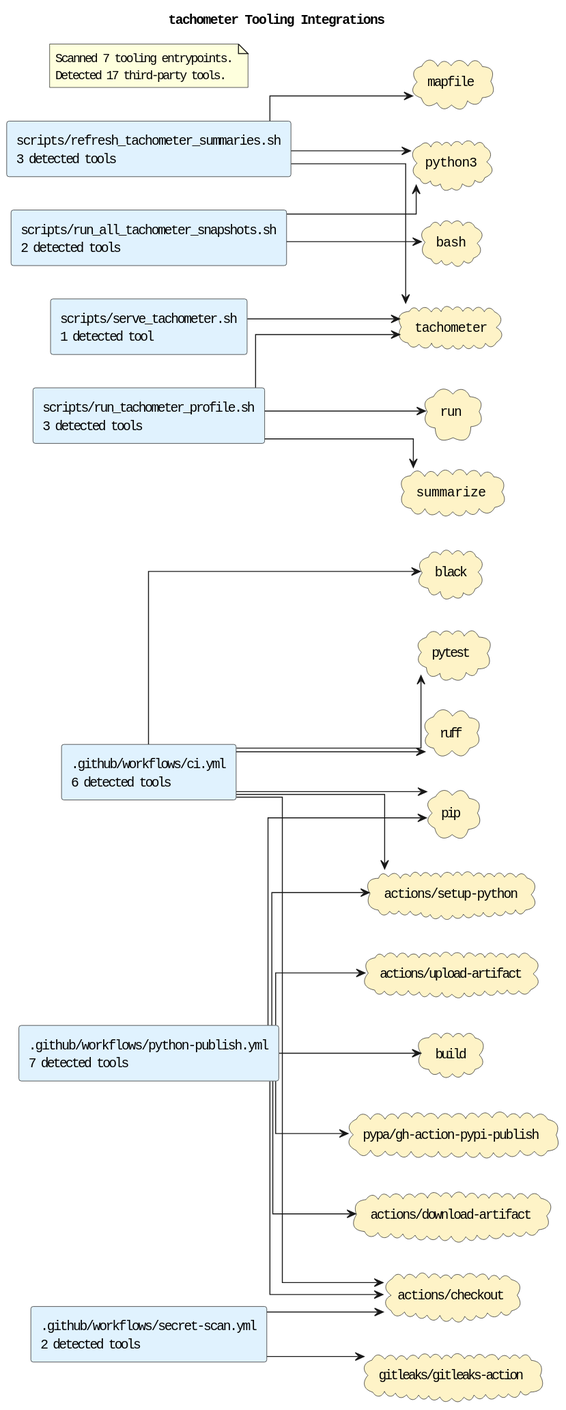
Before: docs/diagrams/tooling-integrations.puml.svg, a diagram exported from PlantUML (casonk/tachometer).
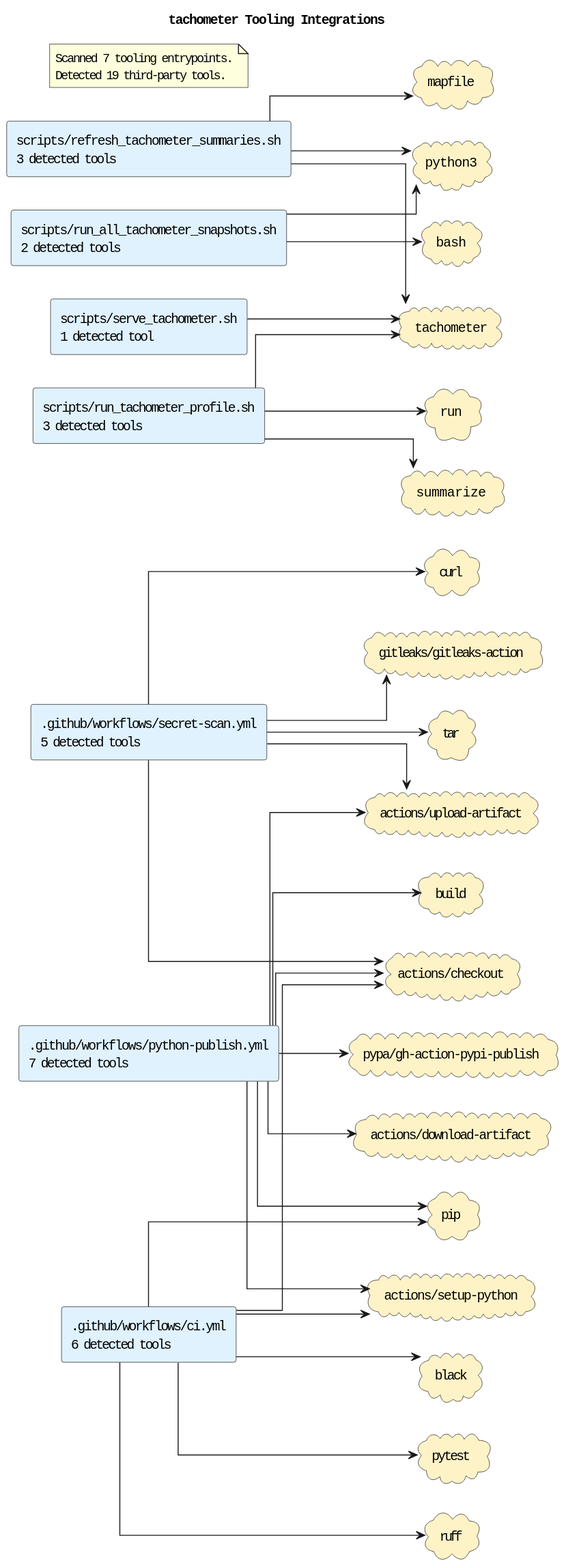
After the change.

Commit message:
docs(diagrams): regenerate archility architecture diagrams

The edit, as a diff of the source:
```diff
@@ -7,7 +7,7 @@
 skinparam linetype ortho
 rectangle ".github/workflows/ci.yml\n6 detected tools" as source_github_workflows_ci_yml #E0F2FE
 rectangle ".github/workflows/python-publish.yml\n7 detected tools" as source_github_workflows_python_publish_yml #E0F2FE
-rectangle ".github/workflows/secret-scan.yml\n2 detected tools" as source_github_workflows_secret_scan_yml #E0F2FE
+rectangle ".github/workflows/secret-scan.yml\n5 detected tools" as source_github_workflows_secret_scan_yml #E0F2FE
 rectangle "scripts/refresh_tachometer_summaries.sh\n3 detected tools" as source_scripts_refresh_tachometer_summaries_sh #E0F2FE
 rectangle "scripts/run_all_tachometer_snapshots.sh\n2 detected tools" as source_scripts_run_all_tachometer_snapshots_sh #E0F2FE
 rectangle "scripts/run_tachometer_profile.sh\n3 detected tools" as source_scripts_run_tachometer_profile_sh #E0F2FE
@@ -19,6 +19,7 @@
 cloud "bash" as tool_bash #FEF3C7
 cloud "black" as tool_black #FEF3C7
 cloud "build" as tool_build #FEF3C7
+cloud "curl" as tool_curl #FEF3C7
 cloud "gitleaks/gitleaks-action" as tool_gitleaks_gitleaks_action #FEF3C7
 cloud "mapfile" as tool_mapfile #FEF3C7
 cloud "pip" as tool_pip #FEF3C7
@@ -29,6 +30,7 @@
 cloud "run" as tool_run #FEF3C7
 cloud "summarize" as tool_summarize #FEF3C7
 cloud "tachometer" as tool_tachometer #FEF3C7
+cloud "tar" as tool_tar #FEF3C7
 source_github_workflows_ci_yml --> tool_actions_checkout
 source_github_workflows_ci_yml --> tool_actions_setup_python
 source_github_workflows_ci_yml --> tool_black
@@ -43,7 +45,10 @@
 source_github_workflows_python_publish_yml --> tool_pip
 source_github_workflows_python_publish_yml --> tool_pypa_gh_action_pypi_publish
 source_github_workflows_secret_scan_yml --> tool_actions_checkout
+source_github_workflows_secret_scan_yml --> tool_actions_upload_artifact
+source_github_workflows_secret_scan_yml --> tool_curl
 source_github_workflows_secret_scan_yml --> tool_gitleaks_gitleaks_action
+source_github_workflows_secret_scan_yml --> tool_tar
 source_scripts_refresh_tachometer_summaries_sh --> tool_mapfile
 source_scripts_refresh_tachometer_summaries_sh --> tool_python3
 source_scripts_refresh_tachometer_summaries_sh --> tool_tachometer
@@ -55,6 +60,6 @@
 source_scripts_serve_tachometer_sh --> tool_tachometer
 note as toolingGraphSummary
 Scanned 7 tooling entrypoints.
-Detected 17 third-party tools.
+Detected 19 third-party tools.
 end note
 @enduml
```
